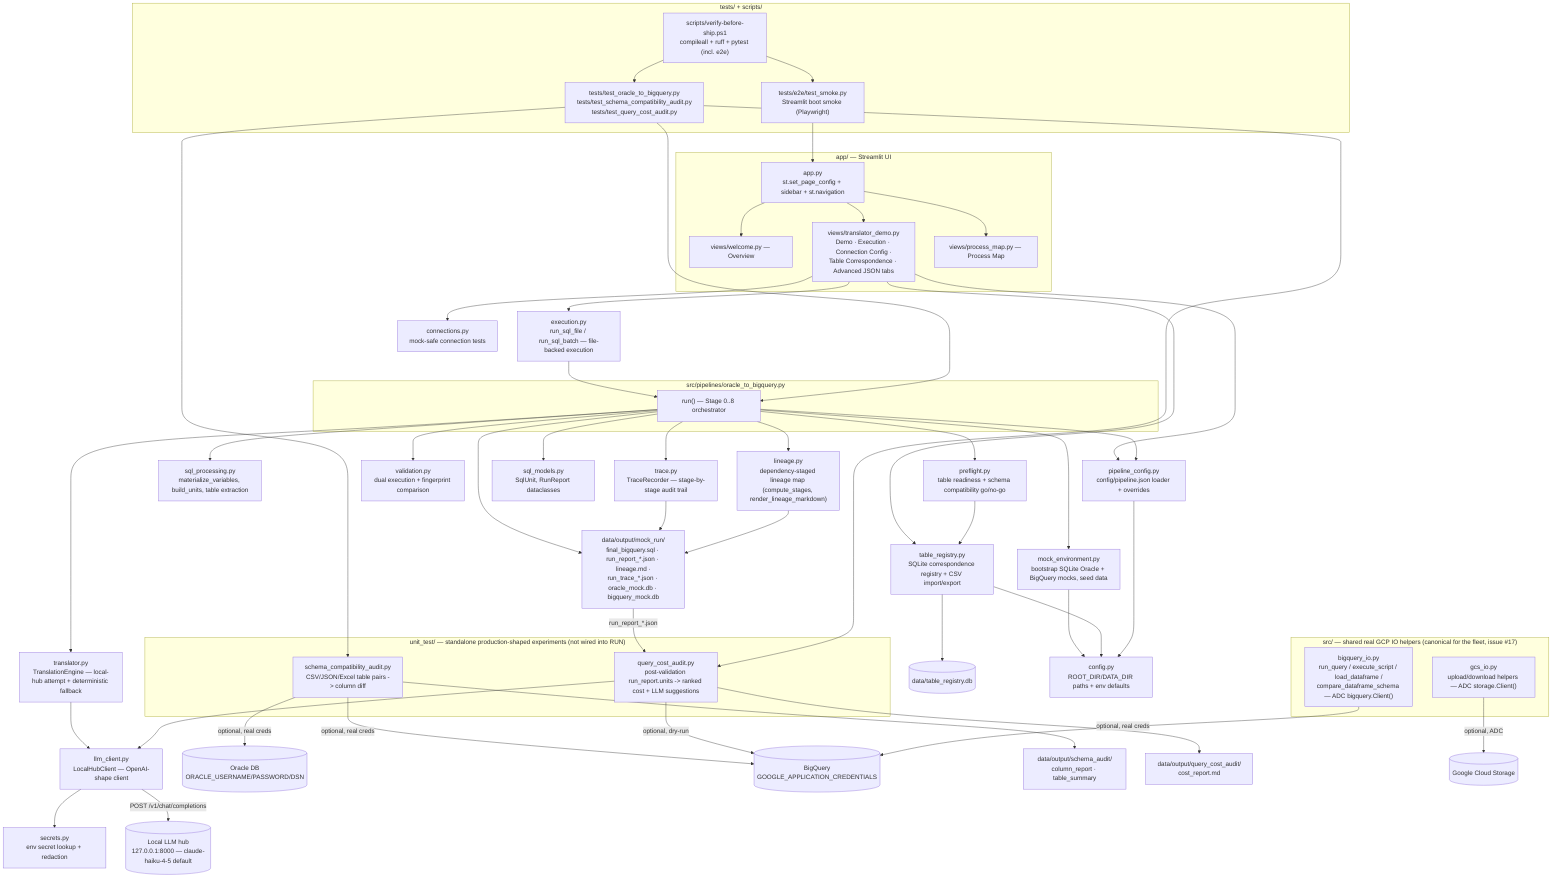
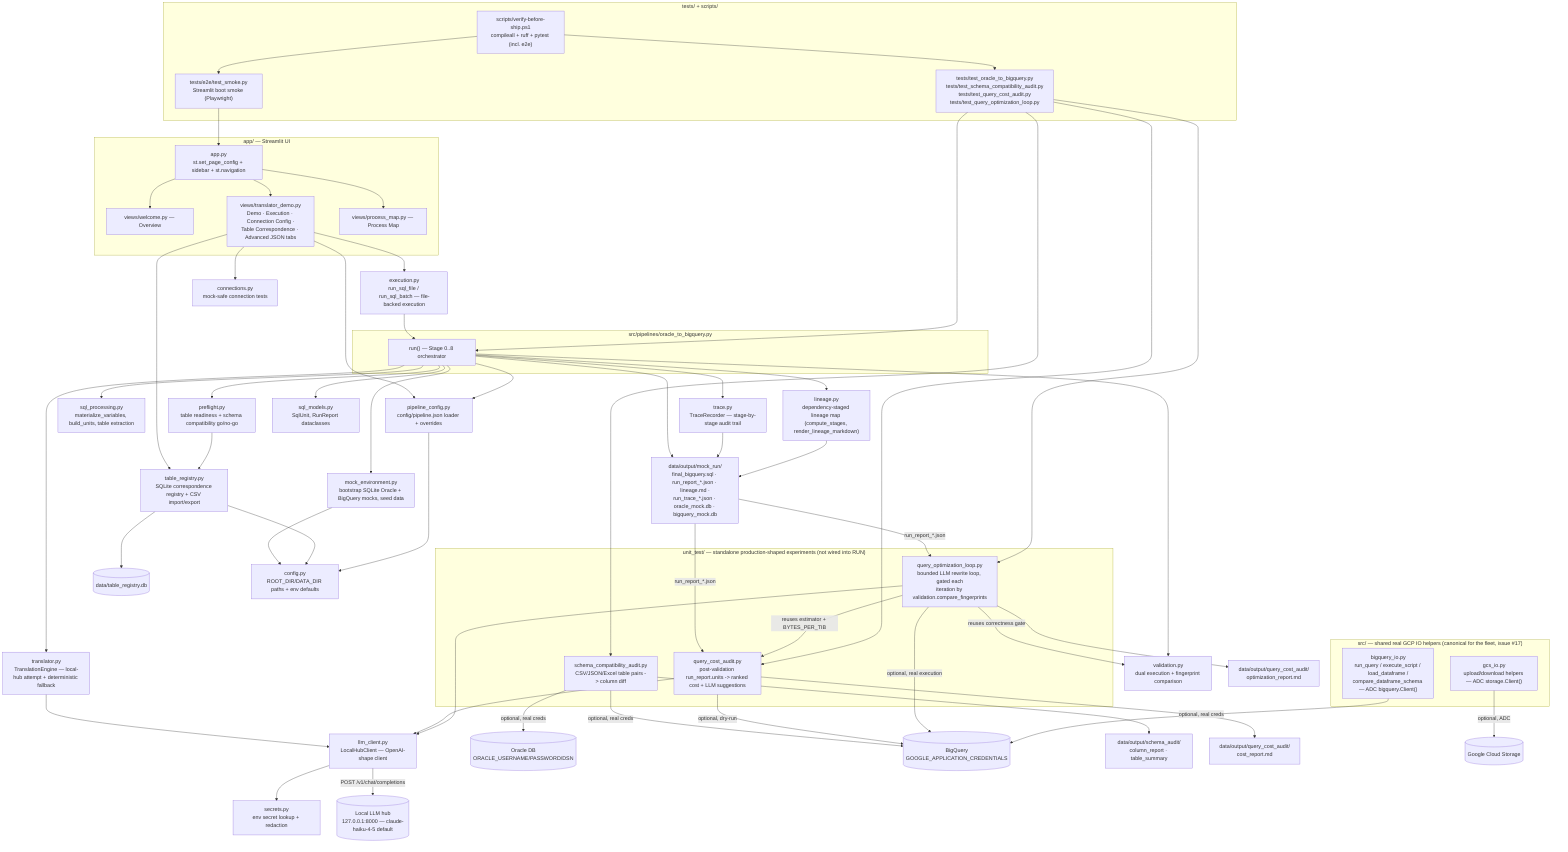
%% docs/architecture.mmd — oracle-to-gcp's own internal structure.
%% Hand-authored, not generated — this is the per-repo companion diagram to the
%% fleet-wide convention established in ferraroroberto/fleet-config#256. There is
%% no structured source to crawl for a repo's own internal shape, so it is
%% authored once and kept correct by discipline. Update this diagram in the
%% same PR as any material structural change (a new pipeline stage, a moved
%% module, a new external dependency) — same anti-staleness contract as this
%% repo's own `.fleet.toml` `description` field. See this repo's CLAUDE.md
%% "Internal architecture" section for the pointer.

flowchart TB
  subgraph ui["app/ — Streamlit UI"]
    APP["app.py\nst.set_page_config + sidebar + st.navigation"]
    WELCOME["views/welcome.py — Overview"]
    DEMO["views/translator_demo.py\nDemo · Execution · Connection Config ·\nTable Correspondence · Advanced JSON tabs"]
    PMAP["views/process_map.py — Process Map"]
  end
  APP --> WELCOME
  APP --> DEMO
  APP --> PMAP

  EXEC["execution.py\nrun_sql_file / run_sql_batch — file-backed execution"]
  CONN["connections.py\nmock-safe connection tests"]
  TABLEREG["table_registry.py\nSQLite correspondence registry + CSV import/export"]
  PIPECFG["pipeline_config.py\nconfig/pipeline.json loader + overrides"]
  DEMO --> EXEC
  DEMO --> CONN
  DEMO --> TABLEREG
  DEMO --> PIPECFG

  subgraph pipeline["src/pipelines/oracle_to_bigquery.py"]
    RUN["run() — Stage 0..8 orchestrator"]
  end
  EXEC --> RUN

  MOCKENV["mock_environment.py\nbootstrap SQLite Oracle + BigQuery mocks, seed data"]
  SQLPROC["sql_processing.py\nmaterialize_variables, build_units, table extraction"]
  PREFLIGHT["preflight.py\ntable readiness + schema compatibility go/no-go"]
  TRANSLATE["translator.py\nTranslationEngine — local-hub attempt + deterministic fallback"]
  VALIDATE["validation.py\ndual execution + fingerprint comparison"]
  TRACE["trace.py\nTraceRecorder — stage-by-stage audit trail"]
  MODELS["sql_models.py\nSqlUnit, RunReport dataclasses"]
  LINEAGE["lineage.py\ndependency-staged lineage map (compute_stages, render_lineage_markdown)"]

  RUN --> MOCKENV
  RUN --> SQLPROC
  RUN --> PREFLIGHT
  RUN --> TRANSLATE
  RUN --> VALIDATE
  RUN --> TRACE
  RUN --> MODELS
  RUN --> LINEAGE
  RUN --> PIPECFG

  PREFLIGHT --> TABLEREG
  TABLEREG --> REGDB[("data/table_registry.db")]

  LLMCLIENT["llm_client.py\nLocalHubClient — OpenAI-shape client"]
  SECRETS["secrets.py\nenv secret lookup + redaction"]
  TRANSLATE --> LLMCLIENT
  LLMCLIENT --> SECRETS
  LLMCLIENT -->|"POST /v1/chat/completions"| HUB[("Local LLM hub\n127.0.0.1:8000 — claude-haiku-4-5 default")]

  CONFIGPY["config.py\nROOT_DIR/DATA_DIR paths + env defaults"]
  MOCKENV --> CONFIGPY
  TABLEREG --> CONFIGPY
  PIPECFG --> CONFIGPY

  ARTIFACTS["data/output/mock_run/\nfinal_bigquery.sql · run_report_*.json · lineage.md ·\nrun_trace_*.json · oracle_mock.db · bigquery_mock.db"]
  RUN --> ARTIFACTS
  TRACE --> ARTIFACTS
  LINEAGE --> ARTIFACTS

  subgraph standalone["unit_test/ — standalone production-shaped experiments (not wired into RUN)"]
    AUDIT["schema_compatibility_audit.py\nCSV/JSON/Excel table pairs -> column diff"]
    COSTAUDIT["query_cost_audit.py\npost-validation run_report.units -> ranked cost + LLM suggestions"]
+     OPTLOOP["query_optimization_loop.py\nbounded LLM rewrite loop, gated each\niteration by validation.compare_fingerprints"]
  end
  AUDIT -->|optional, real creds| ORACLEDB[("Oracle DB\nORACLE_USERNAME/PASSWORD/DSN")]
  AUDIT -->|optional, real creds| BQPROD[("BigQuery\nGOOGLE_APPLICATION_CREDENTIALS")]
  AUDIT --> AUDITOUT["data/output/schema_audit/\ncolumn_report · table_summary"]
  ARTIFACTS -->|run_report_*.json| COSTAUDIT
  COSTAUDIT -->|optional, dry-run| BQPROD
  COSTAUDIT --> LLMCLIENT
  COSTAUDIT --> COSTOUT["data/output/query_cost_audit/\ncost_report.md"]
+   ARTIFACTS -->|run_report_*.json| OPTLOOP
+   OPTLOOP -->|reuses estimator + BYTES_PER_TIB| COSTAUDIT
+   OPTLOOP -->|reuses correctness gate| VALIDATE
+   OPTLOOP -->|optional, real execution| BQPROD
+   OPTLOOP --> LLMCLIENT
+   OPTLOOP --> OPTOUT["data/output/query_cost_audit/\noptimization_report.md"]

  subgraph shared["src/ — shared real GCP IO helpers (canonical for the fleet, issue #17)"]
    GCSIO["gcs_io.py\nupload/download helpers — ADC storage.Client()"]
    BQIO["bigquery_io.py\nrun_query / execute_script / load_dataframe /\ncompare_dataframe_schema — ADC bigquery.Client()"]
  end
  GCSIO -->|optional, ADC| GCS[("Google Cloud Storage")]
  BQIO -->|optional, real creds| BQPROD

  subgraph testing["tests/ + scripts/"]
    GATE["scripts/verify-before-ship.ps1\ncompileall + ruff + pytest (incl. e2e)"]
-     UNIT["tests/test_oracle_to_bigquery.py\ntests/test_schema_compatibility_audit.py\ntests/test_query_cost_audit.py"]
+     UNIT["tests/test_oracle_to_bigquery.py\ntests/test_schema_compatibility_audit.py\ntests/test_query_cost_audit.py\ntests/test_query_optimization_loop.py"]
    E2E["tests/e2e/test_smoke.py\nStreamlit boot smoke (Playwright)"]
  end
  GATE --> UNIT
  GATE --> E2E
  UNIT --> RUN
  UNIT --> AUDIT
  UNIT --> COSTAUDIT
+   UNIT --> OPTLOOP
  E2E --> APP
